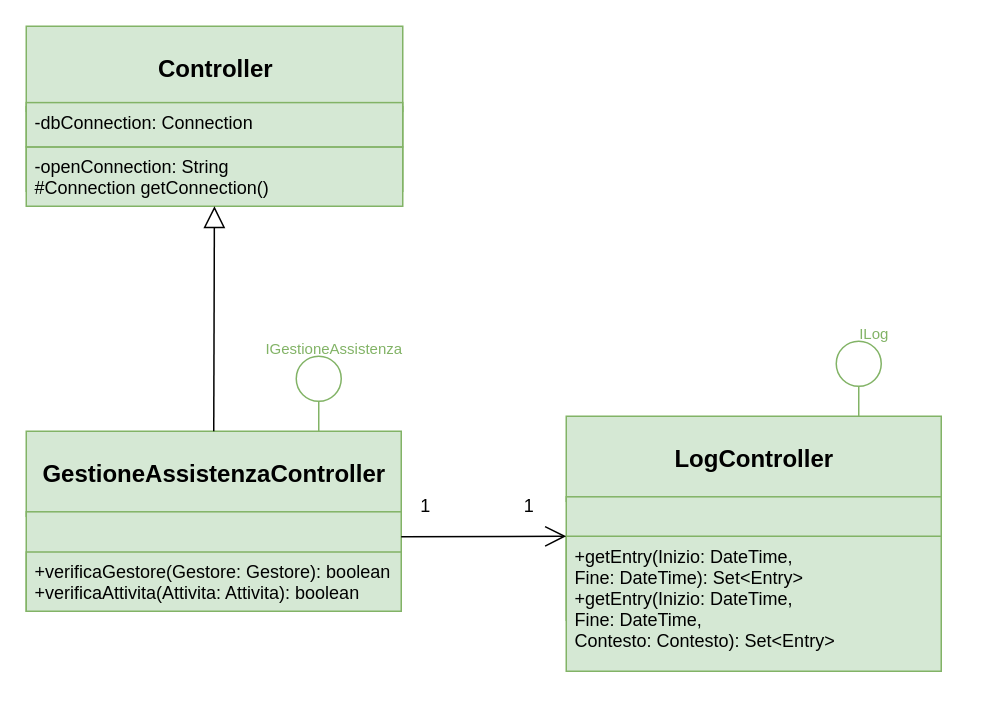
Above: page "Assistenza" (5 of 5) of progettazione/dettaglio/dettaglioController.drawio in Marco-Burattoni/Progetto-ids (draw.io), before the change. Source tidied: cells renumbered, new cells numbered last; positions are measured from the earlier drawing's top-left corner, leaving out a move shared by most shapes. Both pictures are drawn from the tidied source at 150%, with x=0, y=0 at pixel (26, 26).
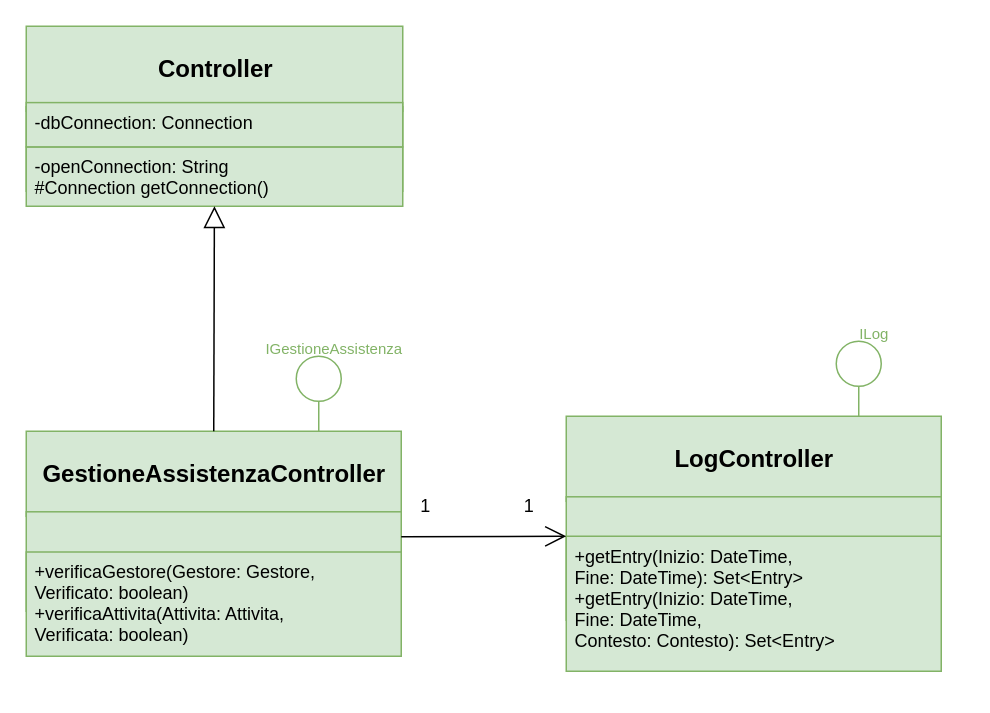
After the change.

Unchanged cells that the change refers to:
```xml
<mxCell id="3" style="group;" parent="2" vertex="1">
  <mxGeometry y="70" width="250" height="170" as="geometry" />
</mxCell>
```

The edit, as a diff of the source:
```diff
@@
-    <mxCell id="7" value="+verificaGestore(Gestore: Gestore): boolean&#10;+verificaAttivita(Attivita: Attivita): boolean" style="text;strokeColor=#82b366;fillColor=#d5e8d4;align=left;verticalAlign=top;spacingLeft=4;spacingRight=4;overflow=hidden;fontSize=12;" parent="3" vertex="1">
-      <mxGeometry y="80.5" width="250" height="39.5" as="geometry" />
+    <mxCell id="7" value="+verificaGestore(Gestore: Gestore, &#10;Verificato: boolean)&#10;+verificaAttivita(Attivita: Attivita, &#10;Verificata: boolean)" style="text;strokeColor=#82b366;fillColor=#d5e8d4;align=left;verticalAlign=top;spacingLeft=4;spacingRight=4;overflow=hidden;fontSize=12;" parent="3" vertex="1">
+      <mxGeometry y="80.5" width="250" height="69.5" as="geometry" />
     </mxCell>
```
